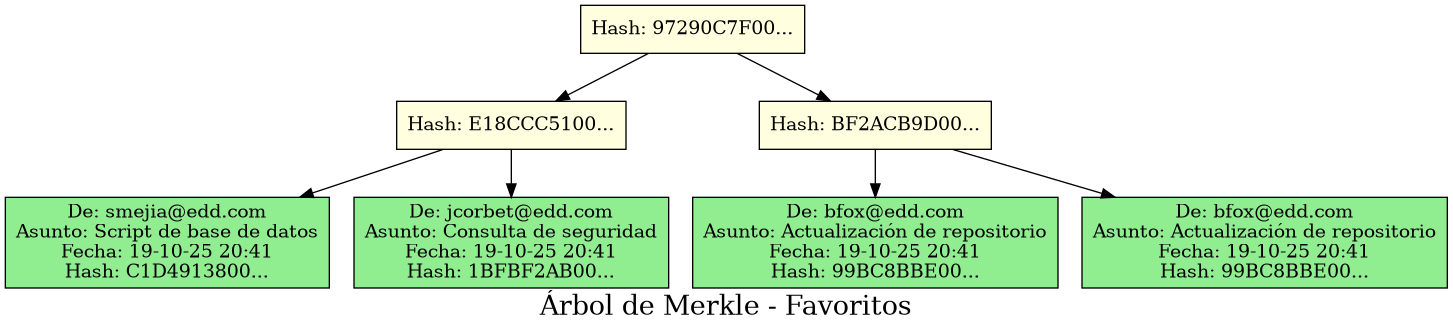
Above: Fase1/src/lgarcia-Reportes/merkle_tree.png in JoseArt777/-EDD-1S2025_202100305 (Graphviz), before the change. Its source is kept beside it as Fase1/src/lgarcia-Reportes/merkle_tree.dot.
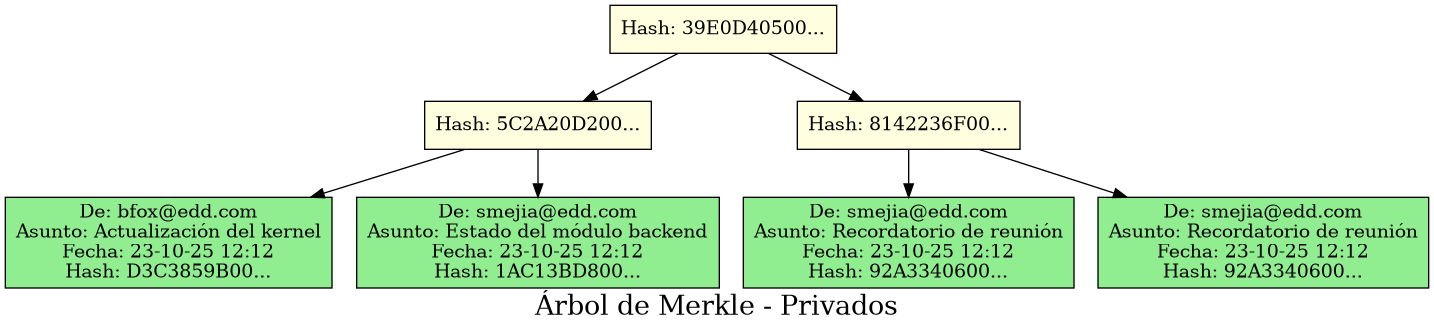
Later version of the same file.

Change to the diagram source:
```diff
@@ -1,20 +1,20 @@
 digraph MerkleTree {
-    label="Árbol de Merkle - Favoritos";
+    label="Árbol de Merkle - Privados";
     fontsize=20;
     node [shape=box, style=filled];
     rankdir=TB;
 
-    node0 [label="Hash: 97290C7F00...", fillcolor=lightyellow];
-    node1 [label="Hash: E18CCC5100...", fillcolor=lightyellow];
-    node2 [label="De: smejia@edd.com\nAsunto: Script de base de datos\nFecha: 19-10-25 20:41\nHash: C1D4913800...", fillcolor=lightgreen];
+    node0 [label="Hash: 39E0D40500...", fillcolor=lightyellow];
+    node1 [label="Hash: 5C2A20D200...", fillcolor=lightyellow];
+    node2 [label="De: bfox@edd.com\nAsunto: Actualización del kernel\nFecha: 23-10-25 12:12\nHash: D3C3859B00...", fillcolor=lightgreen];
     node1 -> node2;
-    node3 [label="De: jcorbet@edd.com\nAsunto: Consulta de seguridad\nFecha: 19-10-25 20:41\nHash: 1BFBF2AB00...", fillcolor=lightgreen];
+    node3 [label="De: smejia@edd.com\nAsunto: Estado del módulo backend\nFecha: 23-10-25 12:12\nHash: 1AC13BD800...", fillcolor=lightgreen];
     node1 -> node3;
     node0 -> node1;
-    node4 [label="Hash: BF2ACB9D00...", fillcolor=lightyellow];
-    node5 [label="De: bfox@edd.com\nAsunto: Actualización de repositorio\nFecha: 19-10-25 20:41\nHash: 99BC8BBE00...", fillcolor=lightgreen];
+    node4 [label="Hash: 8142236F00...", fillcolor=lightyellow];
+    node5 [label="De: smejia@edd.com\nAsunto: Recordatorio de reunión\nFecha: 23-10-25 12:12\nHash: 92A3340600...", fillcolor=lightgreen];
     node4 -> node5;
-    node6 [label="De: bfox@edd.com\nAsunto: Actualización de repositorio\nFecha: 19-10-25 20:41\nHash: 99BC8BBE00...", fillcolor=lightgreen];
+    node6 [label="De: smejia@edd.com\nAsunto: Recordatorio de reunión\nFecha: 23-10-25 12:12\nHash: 92A3340600...", fillcolor=lightgreen];
     node4 -> node6;
     node0 -> node4;
 }
```
